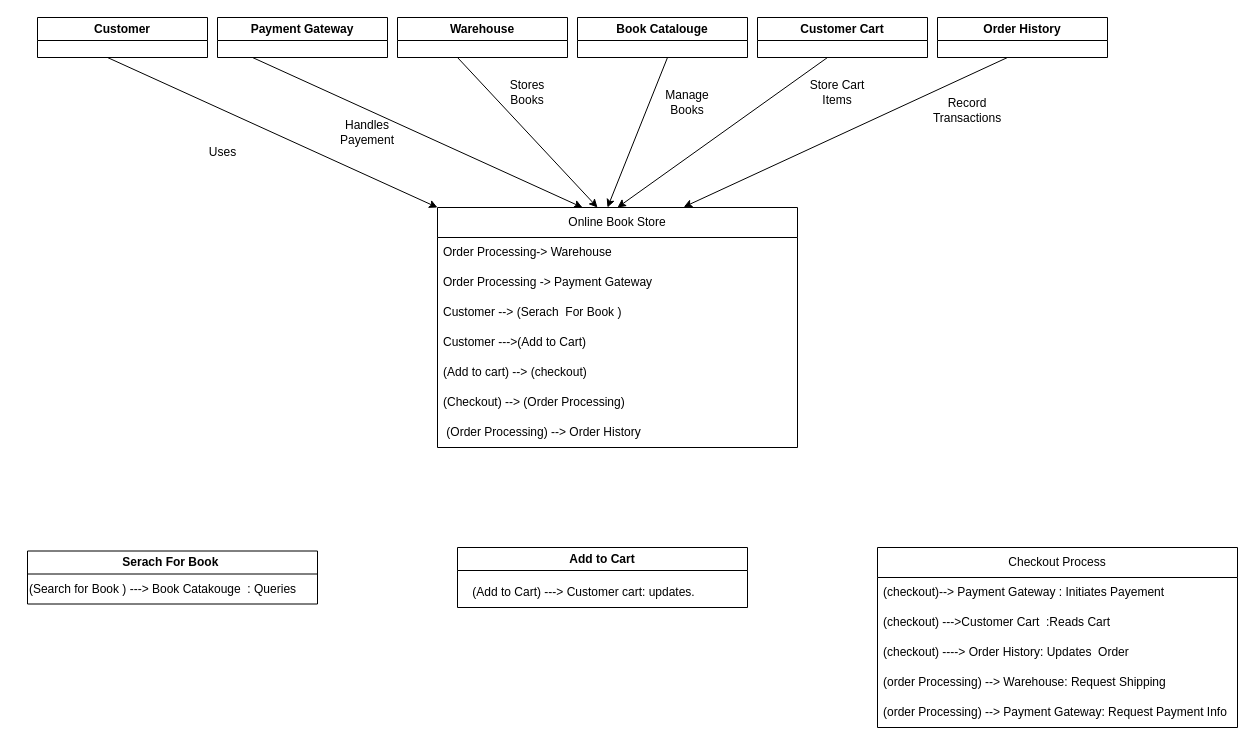
This is Untitled Diagram.drawio from Tanaya-Bhide/PROJECT-MANAGEMENT, a draw.io file, before an edit. Source tidied: cells renumbered, new cells numbered last; positions are measured from the earlier drawing's top-left corner, leaving out a move shared by most shapes. Both pictures are drawn from the tidied source at 100%, with x=0, y=0 at pixel (17, 17).
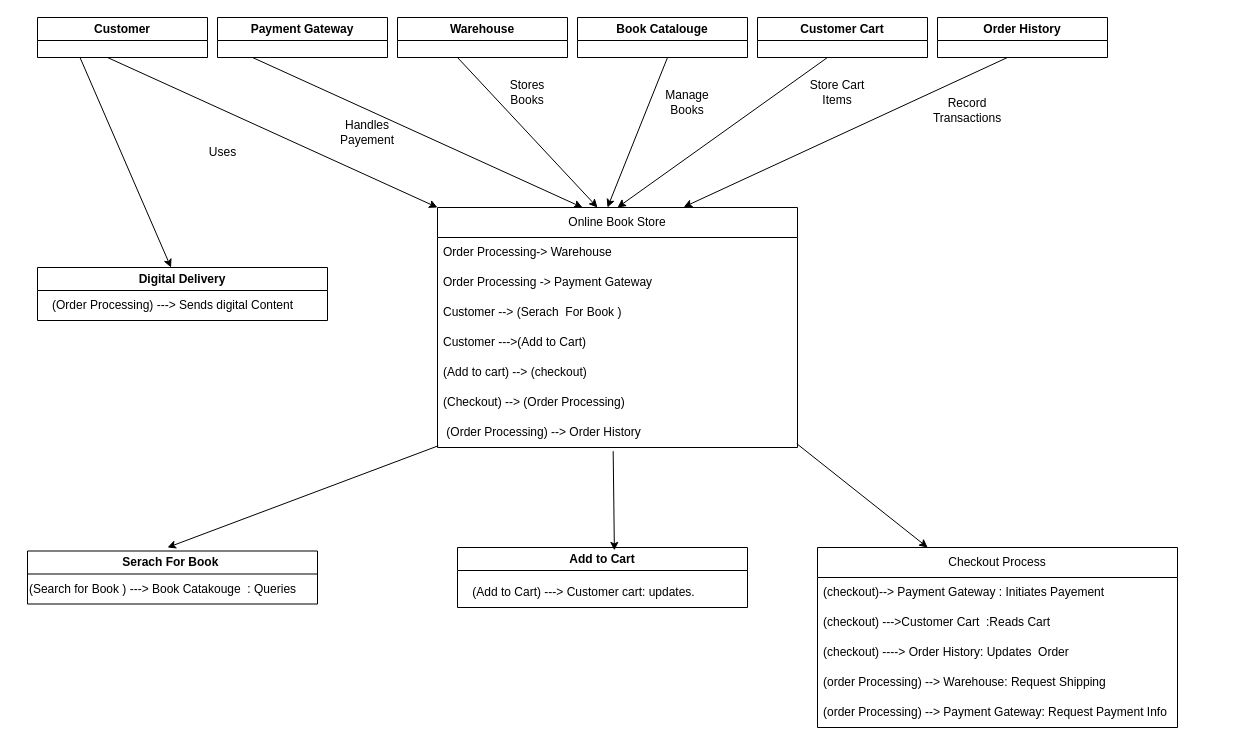
The same diagram, later.

The change refers to these unchanged cells:
```xml
<mxCell id="2" value="Customer" style="swimlane;whiteSpace=wrap;html=1;" parent="1" vertex="1">
  <mxGeometry x="20" width="170" height="40" as="geometry" />
</mxCell>
<mxCell id="15" value="&amp;nbsp;(Order Processing) --&amp;gt; Order History" style="text;strokeColor=none;fillColor=none;align=left;verticalAlign=middle;spacingLeft=4;spacingRight=4;overflow=hidden;points=[[0,0.5],[1,0.5]];portConstraint=eastwest;whiteSpace=wrap;html=1;" parent="8" vertex="1">
  <mxGeometry y="210" width="360" height="30" as="geometry" />
</mxCell>
<mxCell id="30" value="Add to Cart" style="swimlane;whiteSpace=wrap;html=1;" parent="1" vertex="1">
  <mxGeometry x="440" y="530" width="290" height="60" as="geometry" />
</mxCell>
```

Change to the diagram source:
```diff
@@
     <mxCell id="32" value="Checkout Process" style="swimlane;fontStyle=0;horizontal=1;startSize=30;whiteSpace=wrap;html=1;" parent="1" vertex="1">
-      <mxGeometry x="860" y="530" width="360" height="180" as="geometry" />
+      <mxGeometry x="800" y="530" width="360" height="180" as="geometry" />
     </mxCell>
@@
+    <mxCell id="38" value="Digital Delivery" style="swimlane;whiteSpace=wrap;html=1;" parent="1" vertex="1">
+      <mxGeometry x="20" y="250" width="290" height="53" as="geometry" />
+    </mxCell>
+    <mxCell id="39" value="(Order Processing) ---&amp;gt; Sends digital Content" style="text;html=1;align=center;verticalAlign=middle;strokeColor=none;fillColor=none;" parent="38" vertex="1">
+      <mxGeometry x="5" y="23" width="260" height="30" as="geometry" />
+    </mxCell>
+    <mxCell id="40" style="endArrow=classic;html=1;rounded=0;entryX=0.306;entryY=0;entryDx=0;entryDy=0;entryPerimeter=0;exitX=0.998;exitY=0.873;exitDx=0;exitDy=0;exitPerimeter=0;" parent="1" edge="1" source="15" target="32">
+      <mxGeometry relative="1" as="geometry" />
+    </mxCell>
+    <mxCell id="41" style="endArrow=classic;html=1;rounded=0;entryX=0.541;entryY=0.048;entryDx=0;entryDy=0;entryPerimeter=0;exitX=0.488;exitY=1.122;exitDx=0;exitDy=0;exitPerimeter=0;" parent="1" edge="1" source="15" target="30">
+      <mxGeometry relative="1" as="geometry" />
+    </mxCell>
+    <mxCell id="42" style="endArrow=classic;html=1;rounded=0;exitX=0.002;exitY=0.944;exitDx=0;exitDy=0;exitPerimeter=0;" parent="1" edge="1" source="15">
+      <mxGeometry relative="1" as="geometry">
+        <mxPoint x="150" y="530" as="targetPoint" />
+      </mxGeometry>
+    </mxCell>
+    <mxCell id="43" style="endArrow=classic;html=1;rounded=0;exitX=0.25;exitY=1;exitDx=0;exitDy=0;" parent="1" edge="1" source="2" target="38">
+      <mxGeometry relative="1" as="geometry" />
+    </mxCell>
```
